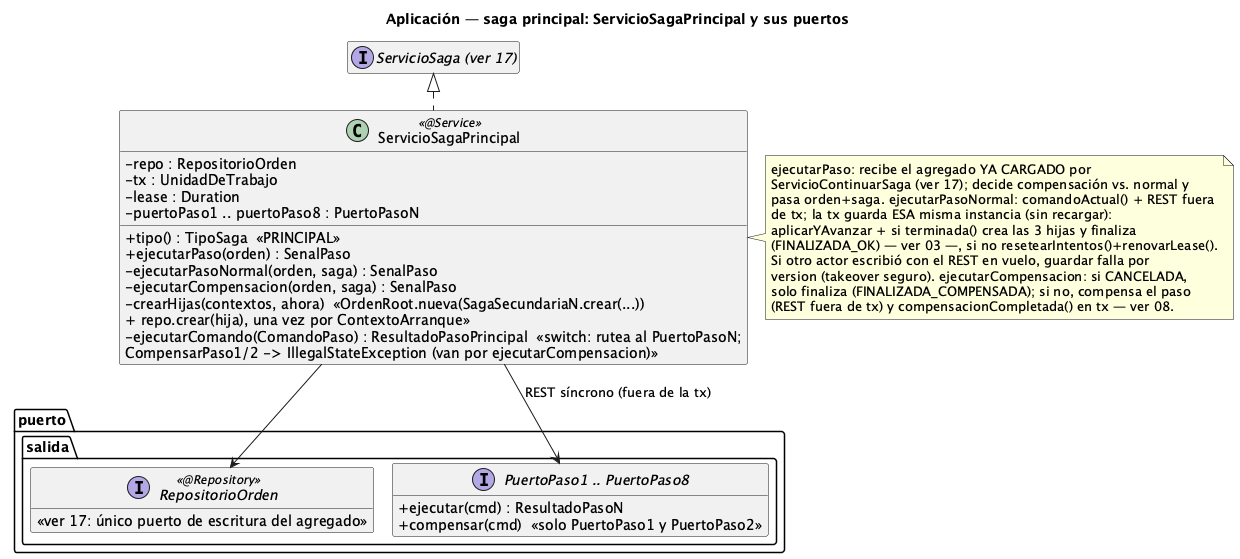
ralcazar/patrones keeps this PlantUML diagram as order-manager/docs/18-clases-aplicacion-saga-principal.png. Above is the earlier version.
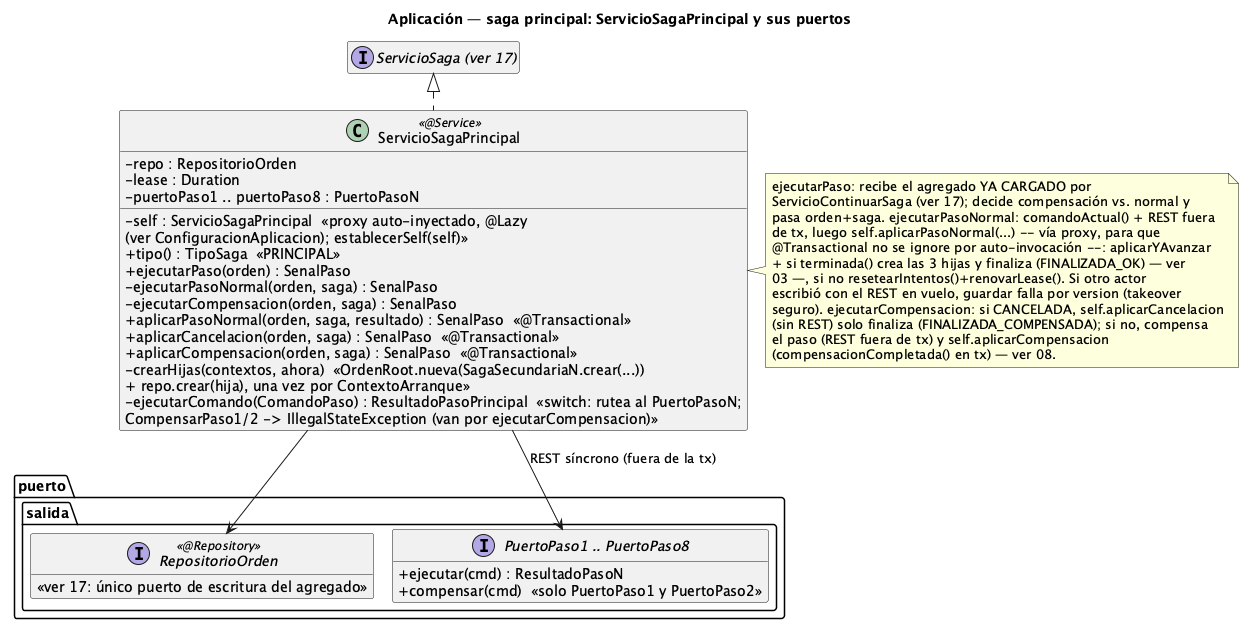
The same diagram one commit later.

What changed in the source:
```diff
@@ -1,4 +1,5 @@
 @startuml 18-clases-aplicacion-saga-principal
+!pragma layout smetana
 title Aplicación — saga principal: ServicioSagaPrincipal y sus puertos
 !pragma layout smetana
 hide empty members
@@ -8,13 +9,16 @@
 
 class ServicioSagaPrincipal <<@Service>> {
   -repo : RepositorioOrden
-  -tx : UnidadDeTrabajo
   -lease : Duration
   -puertoPaso1 .. puertoPaso8 : PuertoPasoN
+  -self : ServicioSagaPrincipal  «proxy auto-inyectado, @Lazy\n(ver ConfiguracionAplicacion); establecerSelf(self)»
   +tipo() : TipoSaga  «PRINCIPAL»
   +ejecutarPaso(orden) : SenalPaso
   -ejecutarPasoNormal(orden, saga) : SenalPaso
   -ejecutarCompensacion(orden, saga) : SenalPaso
+  +aplicarPasoNormal(orden, saga, resultado) : SenalPaso  «@Transactional»
+  +aplicarCancelacion(orden, saga) : SenalPaso  «@Transactional»
+  +aplicarCompensacion(orden, saga) : SenalPaso  «@Transactional»
   -crearHijas(contextos, ahora)  «OrdenRoot.nueva(SagaSecundariaN.crear(...))\n+ repo.crear(hija), una vez por ContextoArranque»
   -ejecutarComando(ComandoPaso) : ResultadoPasoPrincipal  «switch: rutea al PuertoPasoN;\nCompensarPaso1/2 -> IllegalStateException (van por ejecutarCompensacion)»
 }
@@ -22,13 +26,15 @@
   ejecutarPaso: recibe el agregado YA CARGADO por
   ServicioContinuarSaga (ver 17); decide compensación vs. normal y
   pasa orden+saga. ejecutarPasoNormal: comandoActual() + REST fuera
-  de tx; la tx guarda ESA misma instancia (sin recargar):
-  aplicarYAvanzar + si terminada() crea las 3 hijas y finaliza
-  (FINALIZADA_OK) — ver 03 —, si no resetearIntentos()+renovarLease().
-  Si otro actor escribió con el REST en vuelo, guardar falla por
-  version (takeover seguro). ejecutarCompensacion: si CANCELADA,
-  solo finaliza (FINALIZADA_COMPENSADA); si no, compensa el paso
-  (REST fuera de tx) y compensacionCompletada() en tx — ver 08.
+  de tx, luego self.aplicarPasoNormal(...) -- vía proxy, para que
+  @Transactional no se ignore por auto-invocación --: aplicarYAvanzar
+  + si terminada() crea las 3 hijas y finaliza (FINALIZADA_OK) — ver
+  03 —, si no resetearIntentos()+renovarLease(). Si otro actor
+  escribió con el REST en vuelo, guardar falla por version (takeover
+  seguro). ejecutarCompensacion: si CANCELADA, self.aplicarCancelacion
+  (sin REST) solo finaliza (FINALIZADA_COMPENSADA); si no, compensa
+  el paso (REST fuera de tx) y self.aplicarCompensacion
+  (compensacionCompletada() en tx) — ver 08.
 end note
 
 package "puerto.salida" {
```
